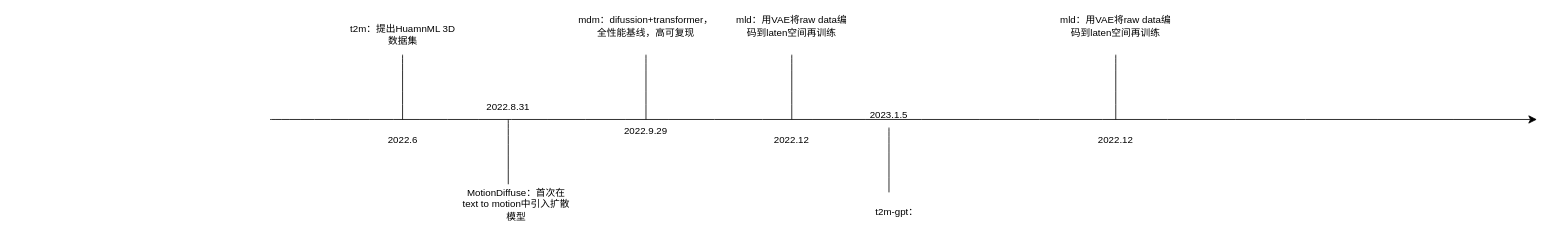
177-Liukuan/algorithm keeps this draw.io diagram as 时间流程图t2m.drawio. Above is the earlier version. Source tidied: cells renumbered, new cells numbered last; positions are measured from the earlier drawing's top-left corner, leaving out a move shared by most shapes. Both pictures are drawn from the tidied source at 81%, with x=0, y=0 at pixel (270, 14).
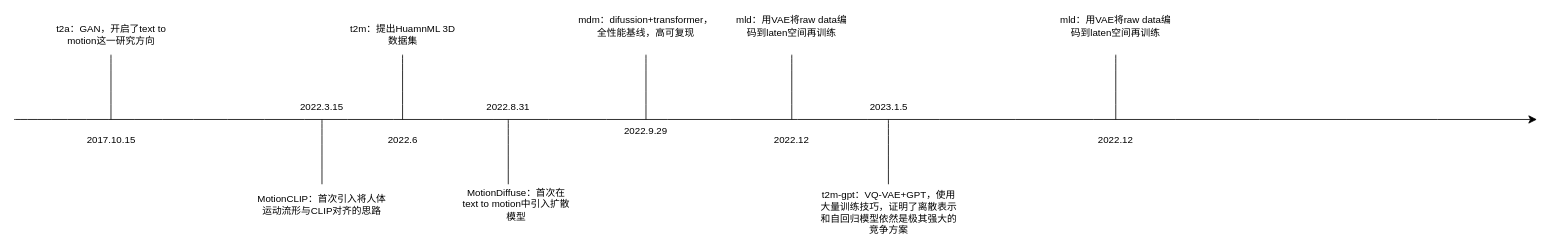
After the change.

Commit message:
更新时间流程图t2m.drawio

Diff of the diagram source:
```diff
@@
     <mxCell id="2" style="endArrow=classic;html=1;rounded=0;fontSize=12;startSize=8;endSize=8;curved=1;" parent="1" edge="1">
       <mxGeometry relative="1" as="geometry">
-        <mxPoint y="130" as="sourcePoint" />
+        <mxPoint x="-316" y="130" as="sourcePoint" />
         <mxPoint x="1564" y="130" as="targetPoint" />
       </mxGeometry>
     </mxCell>
@@
-    <mxCell id="18" value="t2m-gpt：" style="text;html=1;whiteSpace=wrap;strokeColor=none;fillColor=none;align=center;verticalAlign=middle;rounded=0;" parent="1" vertex="1">
-      <mxGeometry x="704" y="230" width="140" height="30" as="geometry" />
+    <mxCell id="18" value="t2m-gpt：VQ-VAE+GPT，使用大量训练技巧，证明了离散表示和自回归模型依然是极其强大的竞争方案" style="text;html=1;whiteSpace=wrap;strokeColor=none;fillColor=none;align=center;verticalAlign=middle;rounded=0;" parent="1" vertex="1">
+      <mxGeometry x="679" y="230" width="170" height="30" as="geometry" />
     </mxCell>
     <mxCell id="19" style="endArrow=none;html=1;rounded=0;fontSize=12;startSize=8;endSize=8;curved=1;" parent="1" edge="1">
       <mxGeometry relative="1" as="geometry">
-        <mxPoint x="764" y="140" as="sourcePoint" />
-        <mxPoint x="764" y="220" as="targetPoint" />
+        <mxPoint x="763.3" y="130" as="sourcePoint" />
+        <mxPoint x="763.3" y="210" as="targetPoint" />
       </mxGeometry>
     </mxCell>
     <mxCell id="20" value="2023.1.5" style="text;html=1;whiteSpace=wrap;strokeColor=none;fillColor=none;align=center;verticalAlign=middle;rounded=0;" parent="1" vertex="1">
-      <mxGeometry x="734" y="110" width="60" height="30" as="geometry" />
+      <mxGeometry x="734" y="100" width="60" height="30" as="geometry" />
     </mxCell>
+    <mxCell id="21" value="MotionCLIP：首次引入将人体运动流形与CLIP对齐的思路" style="text;html=1;whiteSpace=wrap;strokeColor=none;fillColor=none;align=center;verticalAlign=middle;rounded=0;" parent="1" vertex="1">
+      <mxGeometry x="-21" y="220" width="170" height="30" as="geometry" />
+    </mxCell>
+    <mxCell id="22" style="endArrow=none;html=1;rounded=0;fontSize=12;startSize=8;endSize=8;curved=1;" parent="1" edge="1">
+      <mxGeometry relative="1" as="geometry">
+        <mxPoint x="64" y="130" as="sourcePoint" />
+        <mxPoint x="64" y="210" as="targetPoint" />
+      </mxGeometry>
+    </mxCell>
+    <mxCell id="23" value="2022.3.15" style="text;html=1;whiteSpace=wrap;strokeColor=none;fillColor=none;align=center;verticalAlign=middle;rounded=0;" parent="1" vertex="1">
+      <mxGeometry x="34" y="100" width="60" height="30" as="geometry" />
+    </mxCell>
+    <mxCell id="24" value="2017.10.15" style="text;html=1;whiteSpace=wrap;strokeColor=none;fillColor=none;align=center;verticalAlign=middle;rounded=0;" parent="1" vertex="1">
+      <mxGeometry x="-226" y="140" width="60" height="30" as="geometry" />
+    </mxCell>
+    <mxCell id="25" style="endArrow=none;html=1;rounded=0;fontSize=12;startSize=8;endSize=8;curved=1;" parent="1" edge="1">
+      <mxGeometry relative="1" as="geometry">
+        <mxPoint x="-196.5" y="50" as="sourcePoint" />
+        <mxPoint x="-196.5" y="130" as="targetPoint" />
+      </mxGeometry>
+    </mxCell>
+    <mxCell id="26" value="t2a：GAN，开启了text to motion这一研究方向" style="text;html=1;whiteSpace=wrap;strokeColor=none;fillColor=none;align=center;verticalAlign=middle;rounded=0;" parent="1" vertex="1">
+      <mxGeometry x="-266" y="10" width="140" height="30" as="geometry" />
+    </mxCell>
```
